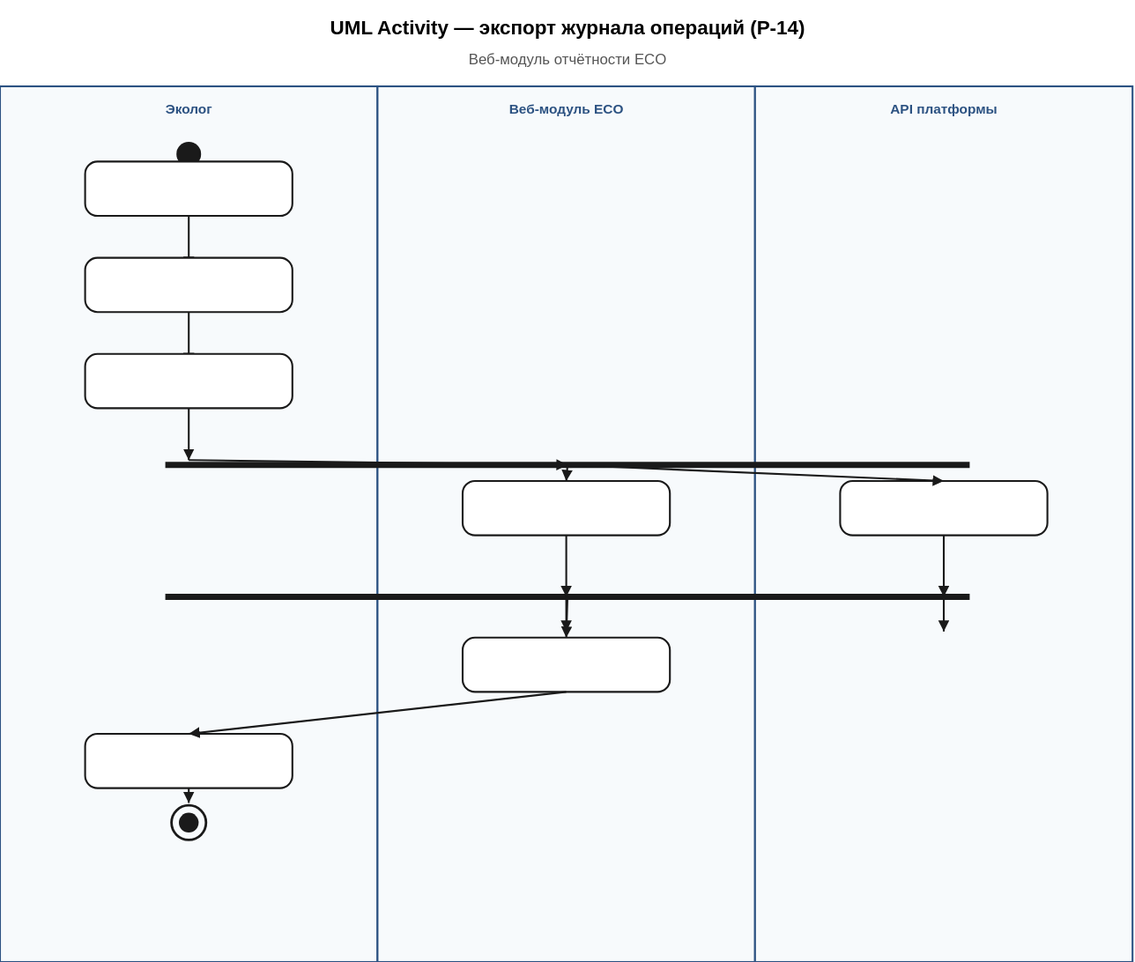
Earlier version of the PlantUML export eco/docs/diagrams/activity-eco-p14-export.svg (Dourfyt/diplom). Its source is kept beside it as eco/docs/diagrams/activity-eco-p14-export.puml. The source it was exported from:
```plantuml
@startuml activity_eco_p14_export
skinparam activity {
  BackgroundColor #FFFFFF
  BorderColor #1a1a1a
  FontName Arial
  FontSize 12
}
skinparam partition {
  BackgroundColor #f7fafc
  BorderColor #2c5282
  FontStyle bold
}
title UML Activity — экспорт журнала операций (P-14)\nВеб-модуль отчётности ECO

|Эколог|
start
:Открыть журнал операций;
:Задать фильтры\n(организация, период, поиск);
:Запросить экспорт\n(PDF / XML);

fork
  |Веб-модуль ECO|
  :Подготовить шаблон\nвыбранного формата;
fork again
  |API платформы|
  :Получить операции\nдвижения за период;
end fork

|Веб-модуль ECO|
:Объединить данные\nи сформировать файл;

|Эколог|
:Скачать отчёт;
stop

@enduml
```
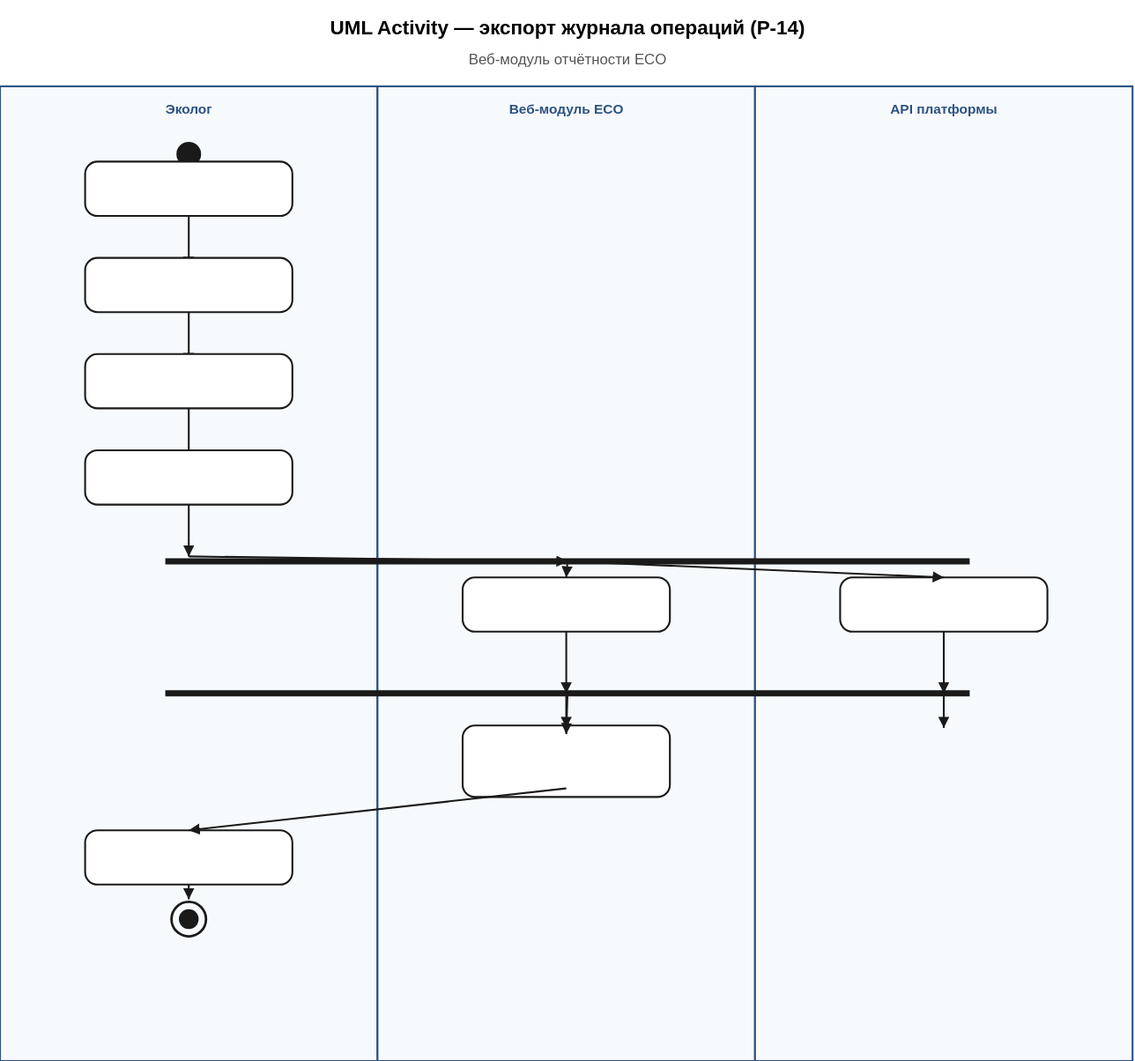
Above is the later version.

Commit message:
Обновила UML-диаграммы: экспорт только PDF и XML.

Change to the diagram source:
```diff
@@ -16,18 +16,19 @@
 start
 :Открыть журнал операций;
 :Задать фильтры\n(организация, период, поиск);
-:Запросить экспорт\n(PDF / XML);
+:Запросить экспорт;
+:Выбрать формат\n(PDF / XML);
 
 fork
   |Веб-модуль ECO|
-  :Подготовить шаблон\nвыбранного формата;
+  :Подготовить шаблон\nPDF или XML;
 fork again
   |API платформы|
   :Получить операции\nдвижения за период;
 end fork
 
 |Веб-модуль ECO|
-:Объединить данные\nи сформировать файл;
+:Объединить данные\nи сформировать файл\n(PDF / XML);
 
 |Эколог|
 :Скачать отчёт;
```
